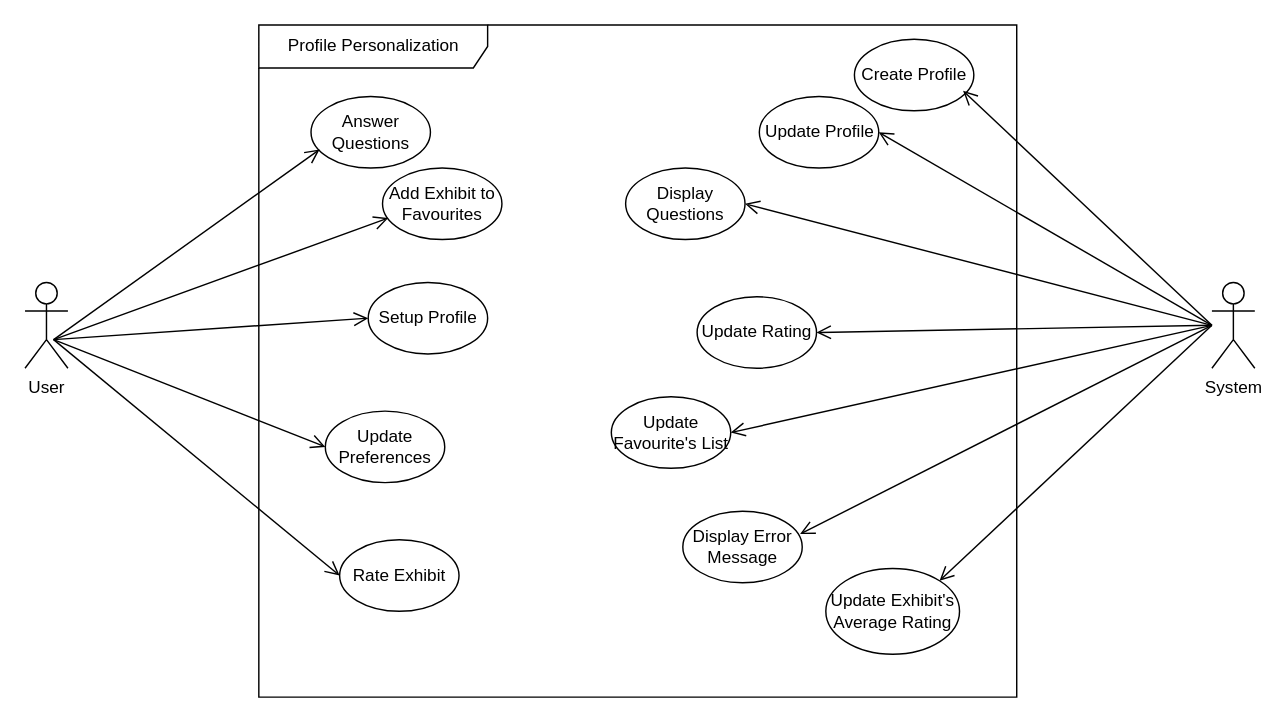
Above: Use Case Diagrams/Profile Personalization.drawio.xml in gsklaven/MusePath (draw.io), before the change. Source tidied: cells renumbered, new cells numbered last; positions are measured from the earlier drawing's top-left corner, leaving out a move shared by most shapes. Both pictures are drawn from the tidied source at 143%, with x=0, y=0 at pixel (24, 24).
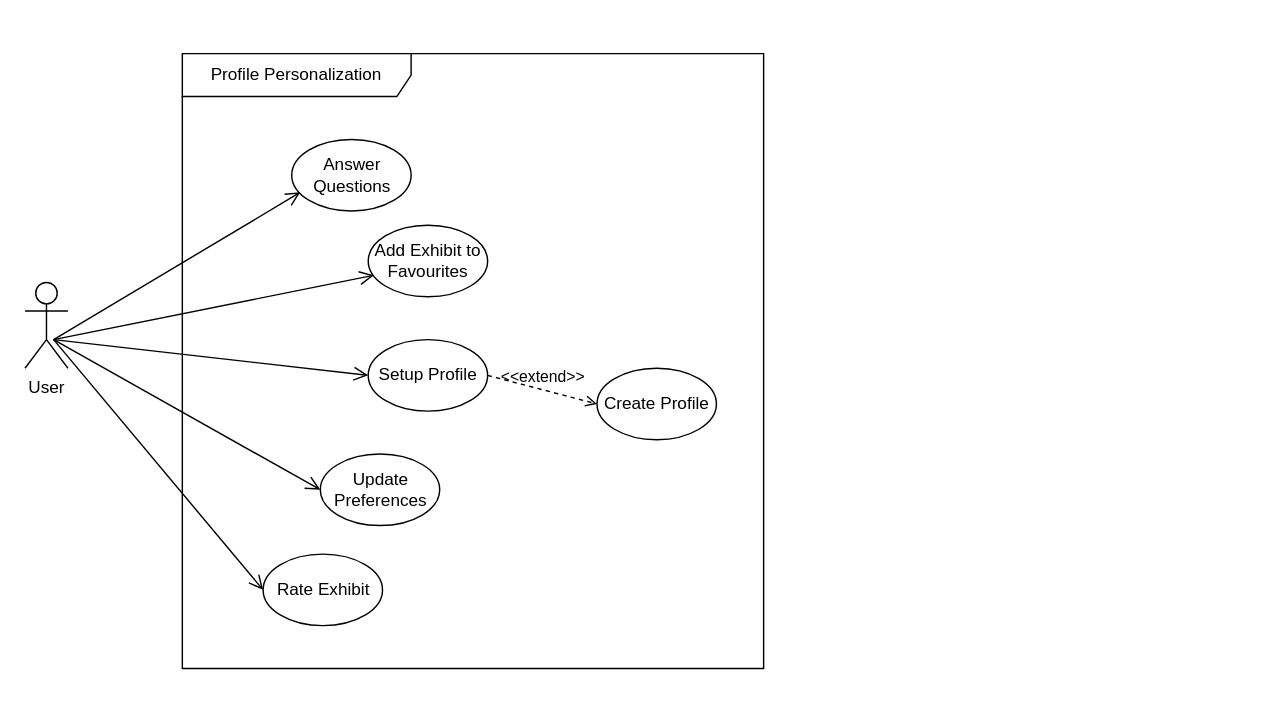
Above is the later version.

Commit message (it also covers changes not shown here):
remove system as an actor

The edit, as a diff of the source:
```diff
@@
     <mxCell id="2" value="Profile Personalization" style="shape=umlFrame;whiteSpace=wrap;html=1;width=160;" parent="1" vertex="1">
-      <mxGeometry x="163.5" width="530" height="470" as="geometry" />
+      <mxGeometry x="110" y="20" width="406.5" height="430" as="geometry" />
     </mxCell>
     <mxCell id="3" value="Answer Questions" style="ellipse;html=1;whiteSpace=wrap;" parent="2" vertex="1">
-      <mxGeometry x="36.5" y="50" width="83.5" height="50" as="geometry" />
+      <mxGeometry x="76.5" y="60" width="83.5" height="50" as="geometry" />
     </mxCell>
     <mxCell id="4" value="Create Profile" style="ellipse;html=1;whiteSpace=wrap;" parent="2" vertex="1">
-      <mxGeometry x="416.5" y="10" width="83.5" height="50" as="geometry" />
+      <mxGeometry x="290" y="220" width="83.5" height="50" as="geometry" />
     </mxCell>
-    <mxCell id="5" value="Update Profile" style="ellipse;html=1;whiteSpace=wrap;" parent="2" vertex="1">
-      <mxGeometry x="350" y="50" width="83.5" height="50" as="geometry" />
-    </mxCell>
     <mxCell id="6" value="Rate Exhibit" style="ellipse;html=1;whiteSpace=wrap;" parent="2" vertex="1">
-      <mxGeometry x="56.5" y="360" width="83.5" height="50" as="geometry" />
+      <mxGeometry x="56.5" y="350" width="83.5" height="50" as="geometry" />
     </mxCell>
     <mxCell id="7" value="Add Exhibit to Favourites" style="ellipse;html=1;whiteSpace=wrap;" parent="2" vertex="1">
-      <mxGeometry x="86.5" y="100" width="83.5" height="50" as="geometry" />
+      <mxGeometry x="130" y="120" width="83.5" height="50" as="geometry" />
     </mxCell>
-    <mxCell id="8" value="Update Exhibit's Average Rating" style="ellipse;html=1;whiteSpace=wrap;" parent="2" vertex="1">
-      <mxGeometry x="396.5" y="380" width="93.5" height="60" as="geometry" />
-    </mxCell>
-    <mxCell id="9" value="Display Questions" style="ellipse;html=1;whiteSpace=wrap;" parent="2" vertex="1">
-      <mxGeometry x="256.5" y="100" width="83.5" height="50" as="geometry" />
-    </mxCell>
-    <mxCell id="10" value="Update Rating" style="ellipse;html=1;whiteSpace=wrap;" parent="2" vertex="1">
-      <mxGeometry x="306.5" y="190" width="83.5" height="50" as="geometry" />
-    </mxCell>
-    <mxCell id="11" value="Update Favourite's List" style="ellipse;html=1;whiteSpace=wrap;" parent="2" vertex="1">
-      <mxGeometry x="246.5" y="260" width="83.5" height="50" as="geometry" />
-    </mxCell>
-    <mxCell id="12" value="Display Error Message" style="ellipse;html=1;whiteSpace=wrap;" parent="2" vertex="1">
-      <mxGeometry x="296.5" y="340" width="83.5" height="50" as="geometry" />
-    </mxCell>
     <mxCell id="13" value="Setup Profile" style="ellipse;html=1;whiteSpace=wrap;" parent="2" vertex="1">
-      <mxGeometry x="76.5" y="180" width="83.5" height="50" as="geometry" />
+      <mxGeometry x="130" y="200" width="83.5" height="50" as="geometry" />
     </mxCell>
     <mxCell id="14" value="Update Preferences" style="ellipse;html=1;whiteSpace=wrap;" parent="2" vertex="1">
-      <mxGeometry x="46.5" y="270" width="83.5" height="50" as="geometry" />
+      <mxGeometry x="96.5" y="280" width="83.5" height="50" as="geometry" />
     </mxCell>
+    <mxCell id="29" value="&amp;lt;&amp;lt;extend&amp;gt;&amp;gt;" style="html=1;verticalAlign=bottom;labelBackgroundColor=none;endArrow=open;endFill=0;dashed=1;rounded=0;exitX=1;exitY=0.5;exitDx=0;exitDy=0;entryX=0;entryY=0.5;entryDx=0;entryDy=0;" parent="2" edge="1" source="13" target="4">
+      <mxGeometry relative="1" as="geometry" />
+    </mxCell>
@@
-    <mxCell id="16" value="System" style="shape=umlActor;verticalLabelPosition=bottom;verticalAlign=top;html=1;" parent="1" vertex="1">
-      <mxGeometry x="830" y="180" width="30" height="60" as="geometry" />
-    </mxCell>
@@
-    <mxCell id="18" style="endArrow=open;startArrow=none;endFill=0;startFill=0;endSize=8;html=1;verticalAlign=bottom;labelBackgroundColor=none;strokeWidth=1;rounded=0;entryX=0.91;entryY=0.72;entryDx=0;entryDy=0;entryPerimeter=0;" parent="1" edge="1" target="4">
-      <mxGeometry relative="1" as="geometry">
-        <mxPoint x="830" y="210" as="sourcePoint" />
-      </mxGeometry>
-    </mxCell>
-    <mxCell id="19" style="endArrow=open;startArrow=none;endFill=0;startFill=0;endSize=8;html=1;verticalAlign=bottom;labelBackgroundColor=none;strokeWidth=1;rounded=0;entryX=1;entryY=0.5;entryDx=0;entryDy=0;" parent="1" edge="1" target="5">
-      <mxGeometry relative="1" as="geometry">
-        <mxPoint x="830" y="210" as="sourcePoint" />
-      </mxGeometry>
-    </mxCell>
@@
-    <mxCell id="22" style="endArrow=open;startArrow=none;endFill=0;startFill=0;endSize=8;html=1;verticalAlign=bottom;labelBackgroundColor=none;strokeWidth=1;rounded=0;entryX=1;entryY=0;entryDx=0;entryDy=0;" parent="1" edge="1" target="8">
-      <mxGeometry relative="1" as="geometry">
-        <mxPoint x="830" y="210" as="sourcePoint" />
-      </mxGeometry>
-    </mxCell>
-    <mxCell id="23" style="endArrow=open;startArrow=none;endFill=0;startFill=0;endSize=8;html=1;verticalAlign=bottom;labelBackgroundColor=none;strokeWidth=1;rounded=0;entryX=1;entryY=0.5;entryDx=0;entryDy=0;" parent="1" edge="1" target="9">
-      <mxGeometry relative="1" as="geometry">
-        <mxPoint x="830" y="210" as="sourcePoint" />
-      </mxGeometry>
-    </mxCell>
-    <mxCell id="24" style="endArrow=open;startArrow=none;endFill=0;startFill=0;endSize=8;html=1;verticalAlign=bottom;labelBackgroundColor=none;strokeWidth=1;rounded=0;entryX=1;entryY=0.5;entryDx=0;entryDy=0;" parent="1" edge="1" target="10">
-      <mxGeometry relative="1" as="geometry">
-        <mxPoint x="830" y="210" as="sourcePoint" />
-      </mxGeometry>
-    </mxCell>
-    <mxCell id="25" style="endArrow=open;startArrow=none;endFill=0;startFill=0;endSize=8;html=1;verticalAlign=bottom;labelBackgroundColor=none;strokeWidth=1;rounded=0;entryX=1;entryY=0.5;entryDx=0;entryDy=0;" parent="1" edge="1" target="11">
-      <mxGeometry relative="1" as="geometry">
-        <mxPoint x="830" y="210" as="sourcePoint" />
-      </mxGeometry>
-    </mxCell>
-    <mxCell id="26" style="endArrow=open;startArrow=none;endFill=0;startFill=0;endSize=8;html=1;verticalAlign=bottom;labelBackgroundColor=none;strokeWidth=1;rounded=0;entryX=0.982;entryY=0.32;entryDx=0;entryDy=0;entryPerimeter=0;" parent="1" edge="1" target="12">
-      <mxGeometry relative="1" as="geometry">
-        <mxPoint x="830" y="210" as="sourcePoint" />
-      </mxGeometry>
-    </mxCell>
```
